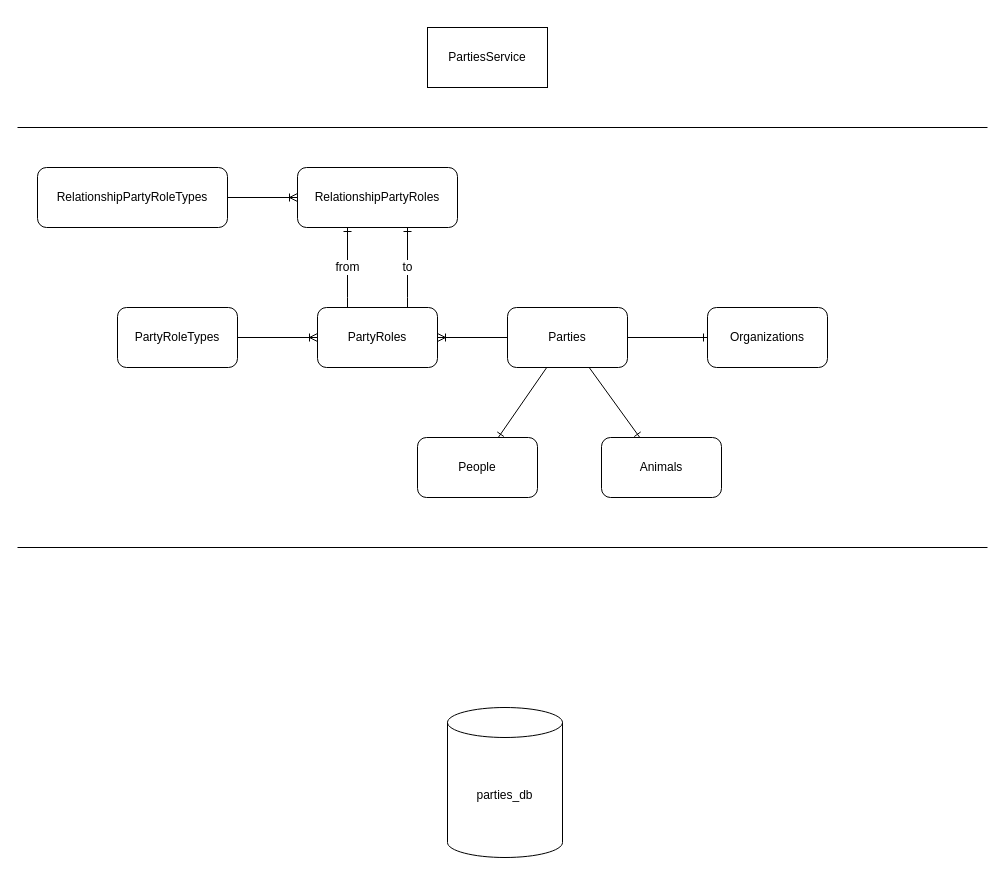
chavp/hello-api keeps this draw.io diagram as docs/moodeng.drawio. Above is the earlier version. Source tidied: cells renumbered, new cells numbered last; positions are measured from the earlier drawing's top-left corner, leaving out a move shared by most shapes. Both pictures are drawn from the tidied source at 100%, with x=0, y=0 at pixel (17, 27).
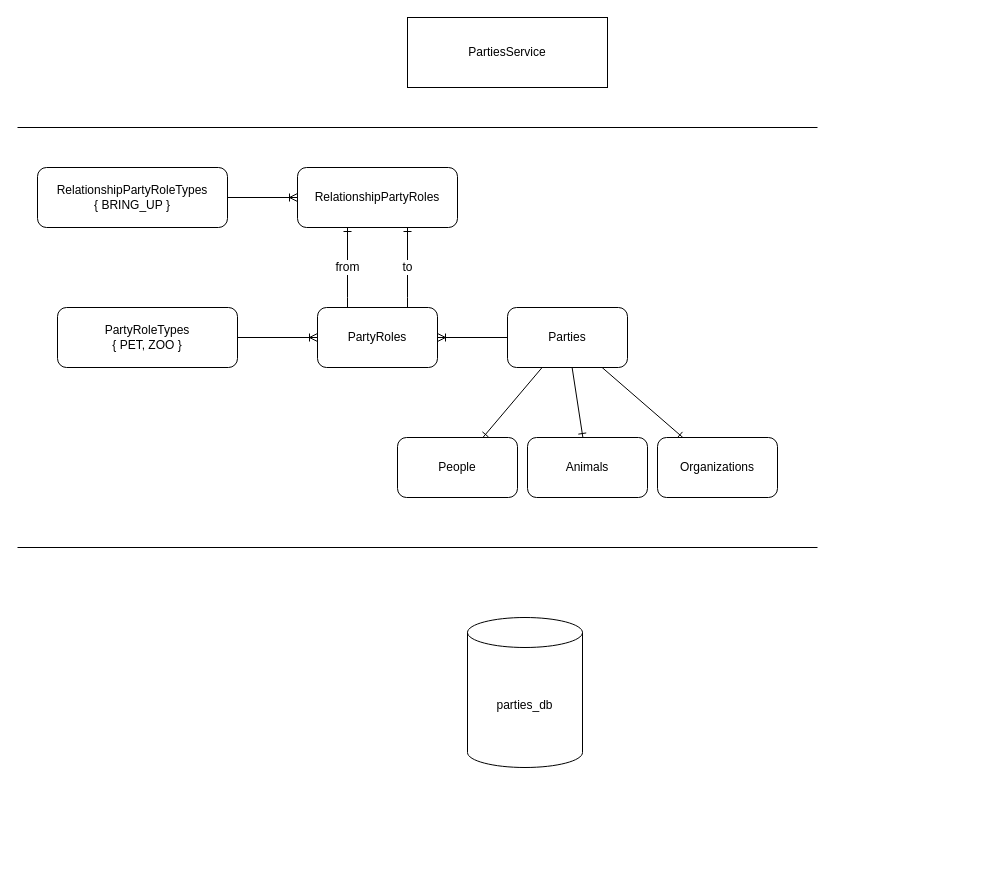
The same page after the edit.

The edit, as a diff of the source:
```diff
@@
     <mxCell id="3" value="People" style="rounded=1;whiteSpace=wrap;html=1;" parent="1" vertex="1">
-      <mxGeometry x="400" y="410" width="120" height="60" as="geometry" />
+      <mxGeometry x="380" y="410" width="120" height="60" as="geometry" />
     </mxCell>
@@
-    <mxCell id="7" value="PartyRoleTypes" style="rounded=1;whiteSpace=wrap;html=1;" parent="1" vertex="1">
-      <mxGeometry x="100" y="280" width="120" height="60" as="geometry" />
+    <mxCell id="7" value="PartyRoleTypes&lt;div&gt;{ PET, ZOO }&lt;/div&gt;" style="rounded=1;whiteSpace=wrap;html=1;" parent="1" vertex="1">
+      <mxGeometry x="40" y="280" width="180" height="60" as="geometry" />
     </mxCell>
@@
     <mxCell id="9" value="Animals" style="rounded=1;whiteSpace=wrap;html=1;" parent="1" vertex="1">
-      <mxGeometry x="584" y="410" width="120" height="60" as="geometry" />
+      <mxGeometry x="510" y="410" width="120" height="60" as="geometry" />
     </mxCell>
@@
     <mxCell id="11" value="Organizations" style="rounded=1;whiteSpace=wrap;html=1;" parent="1" vertex="1">
-      <mxGeometry x="690" y="280" width="120" height="60" as="geometry" />
+      <mxGeometry x="640" y="410" width="120" height="60" as="geometry" />
     </mxCell>
@@
-    <mxCell id="16" value="RelationshipPartyRoleTypes" style="rounded=1;whiteSpace=wrap;html=1;" parent="1" vertex="1">
+    <mxCell id="16" value="RelationshipPartyRoleTypes&lt;div&gt;{ BRING_UP }&lt;/div&gt;" style="rounded=1;whiteSpace=wrap;html=1;" parent="1" vertex="1">
       <mxGeometry x="20" y="140" width="190" height="60" as="geometry" />
     </mxCell>
@@
     <mxCell id="18" value="PartiesService" style="rounded=0;whiteSpace=wrap;html=1;" parent="1" vertex="1">
-      <mxGeometry x="410" width="120" height="60" as="geometry" />
+      <mxGeometry x="390" y="-10" width="200" height="70" as="geometry" />
     </mxCell>
     <mxCell id="19" style="endArrow=none;html=1;rounded=0;" parent="1" edge="1">
       <mxGeometry relative="1" as="geometry">
         <mxPoint y="100" as="sourcePoint" />
-        <mxPoint x="970" y="100" as="targetPoint" />
+        <mxPoint x="800" y="100" as="targetPoint" />
       </mxGeometry>
     </mxCell>
     <mxCell id="20" style="endArrow=none;html=1;rounded=0;" parent="1" edge="1">
       <mxGeometry relative="1" as="geometry">
         <mxPoint y="520" as="sourcePoint" />
-        <mxPoint x="970" y="520" as="targetPoint" />
+        <mxPoint x="800" y="520" as="targetPoint" />
       </mxGeometry>
     </mxCell>
     <mxCell id="21" value="parties_db" style="shape=cylinder3;whiteSpace=wrap;html=1;boundedLbl=1;backgroundOutline=1;size=15;" parent="1" vertex="1">
-      <mxGeometry x="430" y="680" width="115" height="150" as="geometry" />
+      <mxGeometry x="450" y="590" width="115" height="150" as="geometry" />
     </mxCell>
```
